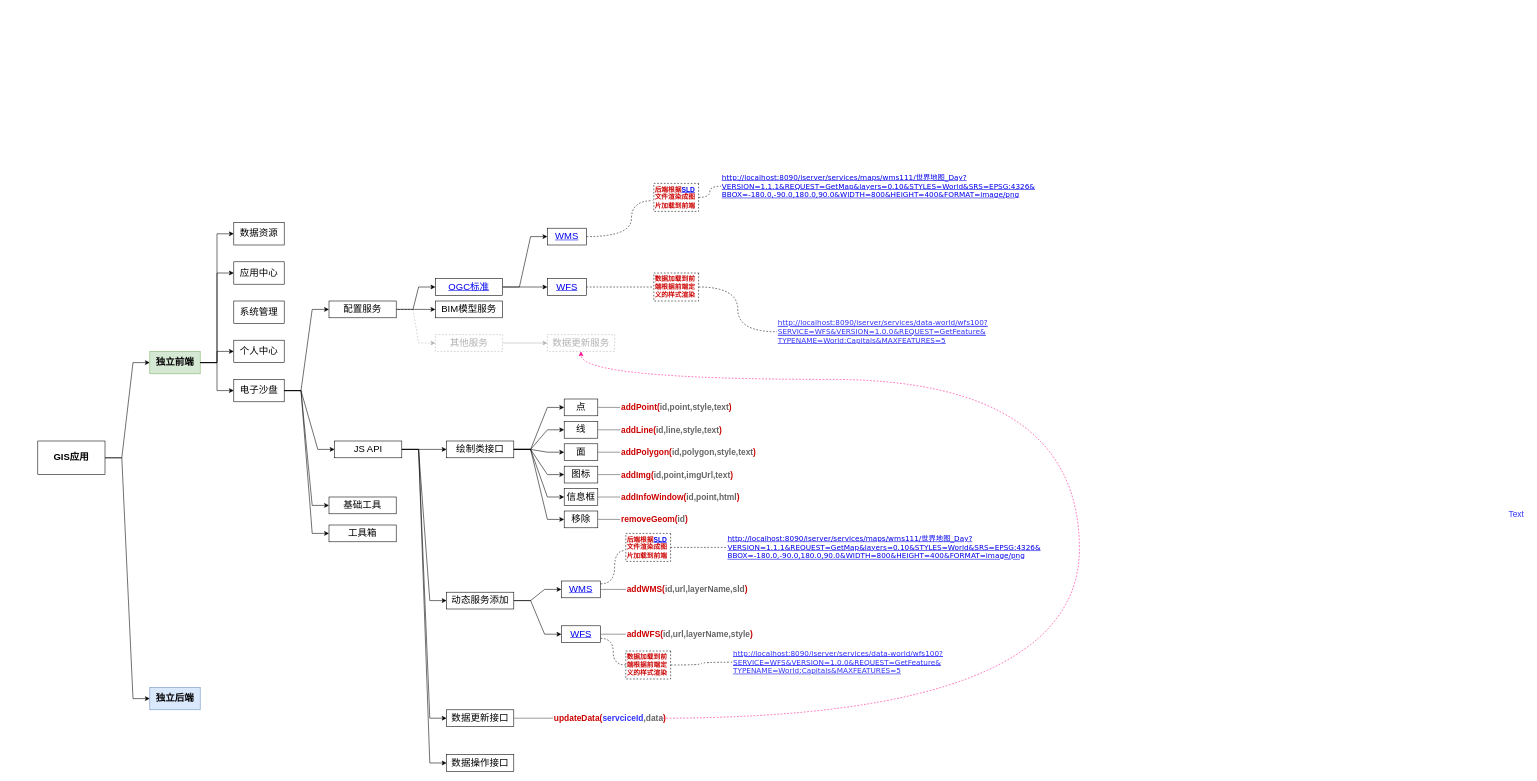
The draw.io diagram page "GIS数据渲染" (3 of 4) of 地图架构图.drawio in yuyifang/drawio, before the edit. Source tidied: cells renumbered, new cells numbered last; positions are measured from the earlier drawing's top-left corner, leaving out a move shared by most shapes. Both pictures are drawn from the tidied source at 56%, with x=0, y=0 at pixel (38, 169).
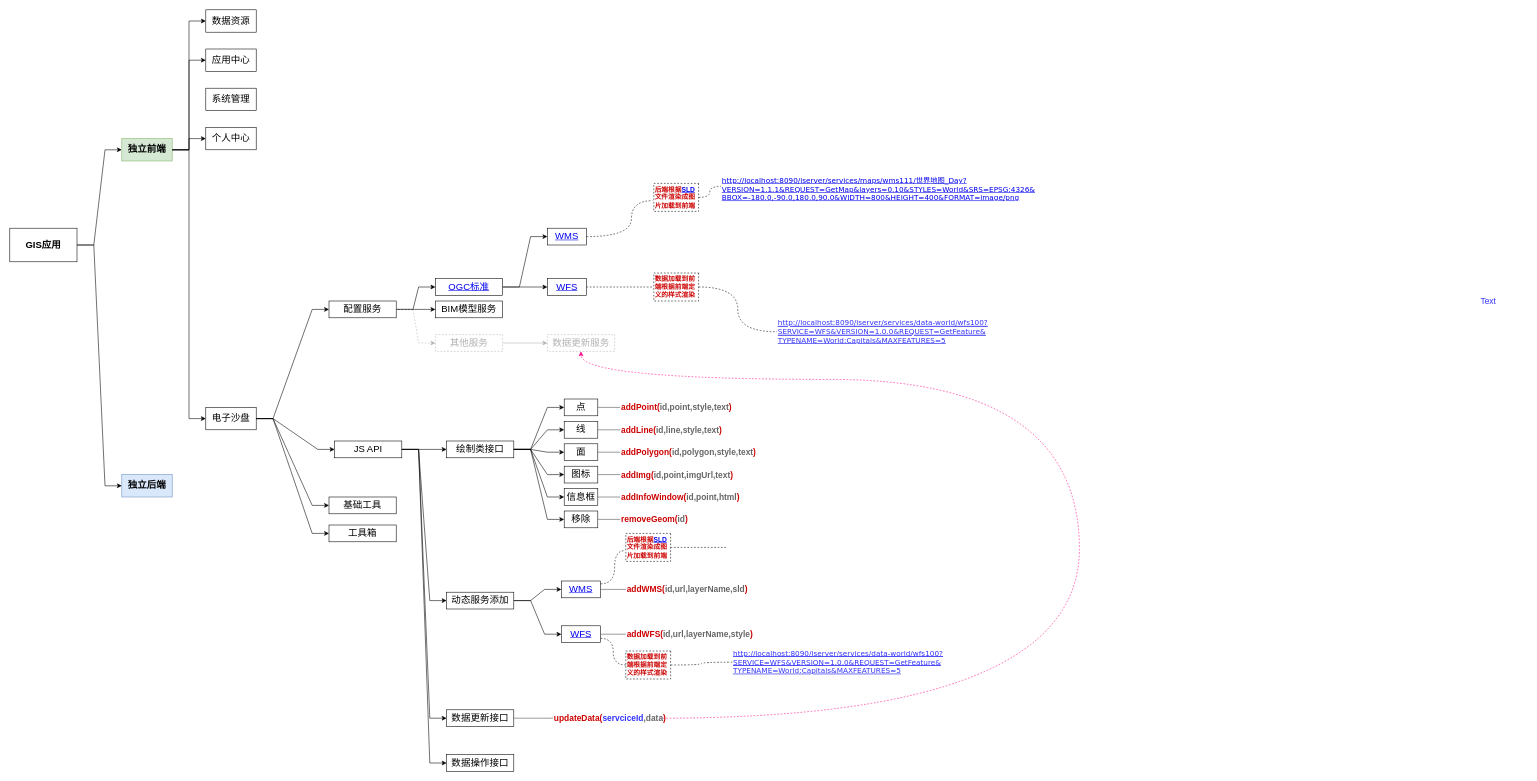
Above is the later version.

The change refers to these unchanged cells:
```xml
<mxCell id="35" value="后端根据&lt;a href=&quot;http://10.80.252.131:8090/iserver/help/html/zh/index.htm&quot;&gt;SLD&lt;/a&gt;文件渲染成图片加载到前端" style="shape=note;size=0;whiteSpace=wrap;html=1;fontSize=12;fontColor=#CC0000;align=left;fontStyle=1;dashed=1;" parent="1" vertex="1">
  <mxGeometry x="1100" y="25" width="80" height="50" as="geometry" />
</mxCell>
<mxCell id="56" value="后端根据&lt;a href=&quot;http://10.80.252.131:8090/iserver/help/html/zh/index.htm&quot;&gt;SLD&lt;/a&gt;文件渲染成图片加载到前端" style="shape=note;size=0;whiteSpace=wrap;html=1;fontSize=12;fontColor=#CC0000;align=left;fontStyle=1;dashed=1;" parent="1" vertex="1">
  <mxGeometry x="1050" y="650" width="80" height="50" as="geometry" />
</mxCell>
```

Change to the diagram source:
```diff
@@
     <mxCell id="2" value="GIS应用" style="rounded=0;whiteSpace=wrap;html=1;fontStyle=1;fontSize=17;" parent="1" vertex="1">
-      <mxGeometry y="485" width="120" height="60" as="geometry" />
+      <mxGeometry x="-50" y="105" width="120" height="60" as="geometry" />
     </mxCell>
@@
     <mxCell id="4" value="独立前端" style="rounded=0;whiteSpace=wrap;html=1;fontSize=17;fontStyle=1;fillColor=#d5e8d4;strokeColor=#82b366;" parent="1" vertex="1">
-      <mxGeometry x="200" y="325" width="90" height="40" as="geometry" />
+      <mxGeometry x="150" y="-55" width="90" height="40" as="geometry" />
     </mxCell>
     <mxCell id="5" value="独立后端" style="rounded=0;whiteSpace=wrap;html=1;fontSize=17;fontStyle=1;fillColor=#dae8fc;strokeColor=#6c8ebf;" parent="1" vertex="1">
-      <mxGeometry x="200" y="925" width="90" height="40" as="geometry" />
+      <mxGeometry x="150" y="545" width="90" height="40" as="geometry" />
     </mxCell>
@@
     <mxCell id="8" value="电子沙盘" style="rounded=0;whiteSpace=wrap;html=1;fontSize=17;fontColor=#000000;" parent="1" vertex="1">
-      <mxGeometry x="350" y="375" width="90" height="40" as="geometry" />
+      <mxGeometry x="300" y="425" width="90" height="40" as="geometry" />
     </mxCell>
     <mxCell id="9" value="数据资源" style="rounded=0;whiteSpace=wrap;html=1;fontSize=17;fontColor=#000000;" parent="1" vertex="1">
-      <mxGeometry x="350" y="95" width="90" height="40" as="geometry" />
+      <mxGeometry x="300" y="-285" width="90" height="40" as="geometry" />
     </mxCell>
     <mxCell id="10" value="应用中心" style="rounded=0;whiteSpace=wrap;html=1;fontSize=17;fontColor=#000000;" parent="1" vertex="1">
-      <mxGeometry x="350" y="165" width="90" height="40" as="geometry" />
+      <mxGeometry x="300" y="-215" width="90" height="40" as="geometry" />
     </mxCell>
     <mxCell id="11" value="系统管理" style="rounded=0;whiteSpace=wrap;html=1;fontSize=17;fontColor=#000000;" parent="1" vertex="1">
-      <mxGeometry x="350" y="235" width="90" height="40" as="geometry" />
+      <mxGeometry x="300" y="-145" width="90" height="40" as="geometry" />
     </mxCell>
     <mxCell id="12" value="个人中心" style="rounded=0;whiteSpace=wrap;html=1;fontSize=17;fontColor=#000000;" parent="1" vertex="1">
-      <mxGeometry x="350" y="305" width="90" height="40" as="geometry" />
+      <mxGeometry x="300" y="-75" width="90" height="40" as="geometry" />
     </mxCell>
@@
     <mxCell id="14" style="edgeStyle=elbowEdgeStyle;elbow=horizontal;endArrow=classic;html=1;rounded=0;fontSize=17;fontColor=#000000;entryX=0;entryY=0.5;entryDx=0;entryDy=0;" parent="1" edge="1" target="10">
       <mxGeometry relative="1" as="geometry">
-        <mxPoint x="290" y="345" as="sourcePoint" />
+        <mxPoint x="240" y="-35" as="sourcePoint" />
       </mxGeometry>
     </mxCell>
@@
     <mxCell id="50" value="&lt;a style=&quot;cursor: pointer; text-decoration: underline; font-family: Verdana, sans-serif; font-size: 13px; font-style: normal; font-variant-ligatures: normal; font-variant-caps: normal; font-weight: 400; letter-spacing: normal; orphans: 2; text-align: start; text-indent: 24px; text-transform: none; widows: 2; word-spacing: 0px; -webkit-text-stroke-width: 0px; background-color: rgb(255, 255, 255);&quot; target=&quot;_blank&quot; href=&quot;http://localhost:8090/iserver/services/maps/wms111/%E4%B8%96%E7%95%8C%E5%9C%B0%E5%9B%BE_Day?VERSION=1.1.1&amp;amp;REQUEST=GetMap&amp;amp;layers=0.10&amp;amp;STYLES=World&amp;amp;SRS=EPSG:4326&amp;amp;BBOX=-180.0,-90.0,180.0,90.0&amp;amp;WIDTH=800&amp;amp;HEIGHT=400&amp;amp;FORMAT=image/png&quot;&gt;http://localhost:8090/iserver/services/maps/wms111/世界地图_Day?VERSION=1.1.1&amp;amp;REQUEST=GetMap&amp;amp;layers=0.10&amp;amp;STYLES=World&amp;amp;SRS=EPSG:4326&amp;amp;&lt;br&gt;BBOX=-180.0,-90.0,180.0,90.0&amp;amp;WIDTH=800&amp;amp;HEIGHT=400&amp;amp;FORMAT=image/png&lt;/a&gt;" style="text;whiteSpace=wrap;html=1;fontSize=12;fontColor=#CC0000;" parent="1" vertex="1">
-      <mxGeometry x="1220" width="980" height="60" as="geometry" />
+      <mxGeometry x="1220" y="5" width="980" height="60" as="geometry" />
     </mxCell>
@@
-    <mxCell id="52" style="endArrow=none;html=1;rounded=0;fontSize=17;fontColor=#000000;entryX=0;entryY=0.5;entryDx=0;entryDy=0;edgeStyle=orthogonalEdgeStyle;curved=1;dashed=1;exitX=0;exitY=0;exitDx=80;exitDy=25;exitPerimeter=0;" parent="1" edge="1" source="35" target="50">
-      <mxGeometry relative="1" as="geometry" />
+    <mxCell id="52" style="endArrow=none;html=1;rounded=0;fontSize=17;fontColor=#000000;entryX=0;entryY=0.5;entryDx=0;entryDy=0;edgeStyle=orthogonalEdgeStyle;curved=1;dashed=1;exitX=0;exitY=0;exitDx=80;exitDy=25;exitPerimeter=0;" parent="1" edge="1" source="35">
+      <mxGeometry relative="1" as="geometry">
+        <mxPoint x="1220" y="30" as="targetPoint" />
+      </mxGeometry>
     </mxCell>
@@
-    <mxCell id="60" value="&lt;a href=&quot;http://localhost:8090/iserver/services/maps/wms111/%E4%B8%96%E7%95%8C%E5%9C%B0%E5%9B%BE_Day?VERSION=1.1.1&amp;amp;REQUEST=GetMap&amp;amp;layers=0.10&amp;amp;STYLES=World&amp;amp;SRS=EPSG:4326&amp;amp;BBOX=-180.0,-90.0,180.0,90.0&amp;amp;WIDTH=800&amp;amp;HEIGHT=400&amp;amp;FORMAT=image/png&quot; target=&quot;_blank&quot; style=&quot;cursor: pointer; text-decoration: underline; font-family: Verdana, sans-serif; font-size: 13px; font-style: normal; font-variant-ligatures: normal; font-variant-caps: normal; font-weight: 400; letter-spacing: normal; orphans: 2; text-align: start; text-indent: 24px; text-transform: none; widows: 2; word-spacing: 0px; -webkit-text-stroke-width: 0px; background-color: rgb(255, 255, 255);&quot;&gt;http://localhost:8090/iserver/services/maps/wms111/世界地图_Day?VERSION=1.1.1&amp;amp;REQUEST=GetMap&amp;amp;layers=0.10&amp;amp;STYLES=World&amp;amp;SRS=EPSG:4326&amp;amp;&lt;br&gt;BBOX=-180.0,-90.0,180.0,90.0&amp;amp;WIDTH=800&amp;amp;HEIGHT=400&amp;amp;FORMAT=image/png&lt;/a&gt;" style="text;whiteSpace=wrap;html=1;fontSize=12;fontColor=#CC0000;" parent="1" vertex="1">
-      <mxGeometry x="1230" y="645" width="980" height="60" as="geometry" />
-    </mxCell>
@@
-    <mxCell id="62" style="endArrow=none;html=1;rounded=0;fontSize=17;fontColor=#000000;entryX=0;entryY=0.5;entryDx=0;entryDy=0;edgeStyle=orthogonalEdgeStyle;curved=1;dashed=1;exitX=0;exitY=0;exitDx=80;exitDy=25;exitPerimeter=0;" parent="1" edge="1" source="56" target="60">
-      <mxGeometry relative="1" as="geometry" />
+    <mxCell id="62" style="endArrow=none;html=1;rounded=0;fontSize=17;fontColor=#000000;entryX=0;entryY=0.5;entryDx=0;entryDy=0;edgeStyle=orthogonalEdgeStyle;curved=1;dashed=1;exitX=0;exitY=0;exitDx=80;exitDy=25;exitPerimeter=0;" parent="1" edge="1" source="56">
+      <mxGeometry relative="1" as="geometry">
+        <mxPoint x="1230" y="675" as="targetPoint" />
+      </mxGeometry>
     </mxCell>
@@
     <mxCell id="95" value="Text" style="text;html=1;align=center;verticalAlign=middle;strokeColor=none;fillColor=none;fontSize=15;fontColor=#3333FF;" parent="1" vertex="1">
-      <mxGeometry x="2620" y="605" width="40" height="20" as="geometry" />
+      <mxGeometry x="2570" y="225" width="40" height="20" as="geometry" />
     </mxCell>
```
